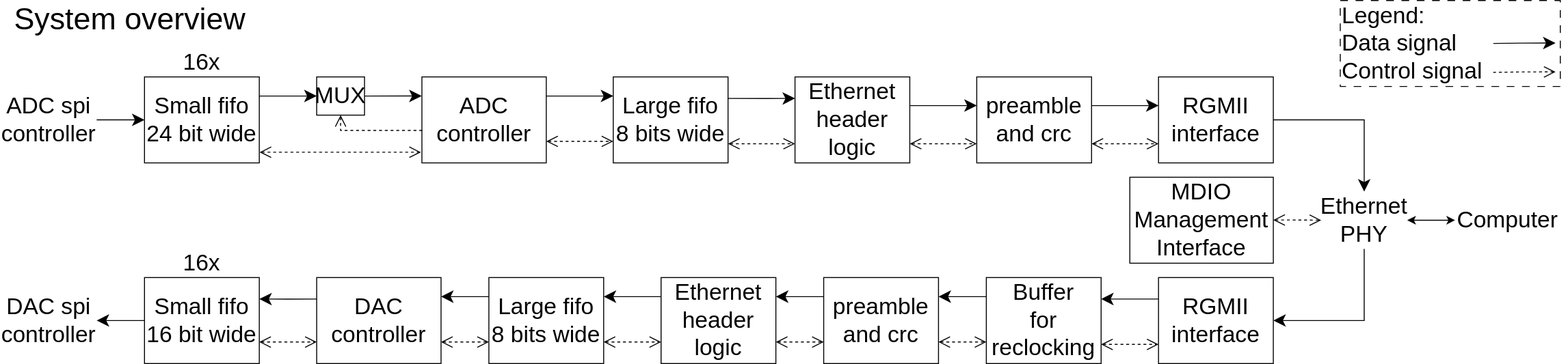
LOBSTER-Robotics/EE-Dev-BAP keeps this draw.io diagram as VHDL/BlockDiagrams/TOP_total.drawio.svg. Above is the earlier version. Source tidied: cells renumbered, new cells last; positions are measured from the earlier drawing's top-left corner, leaving out a move shared by most shapes.
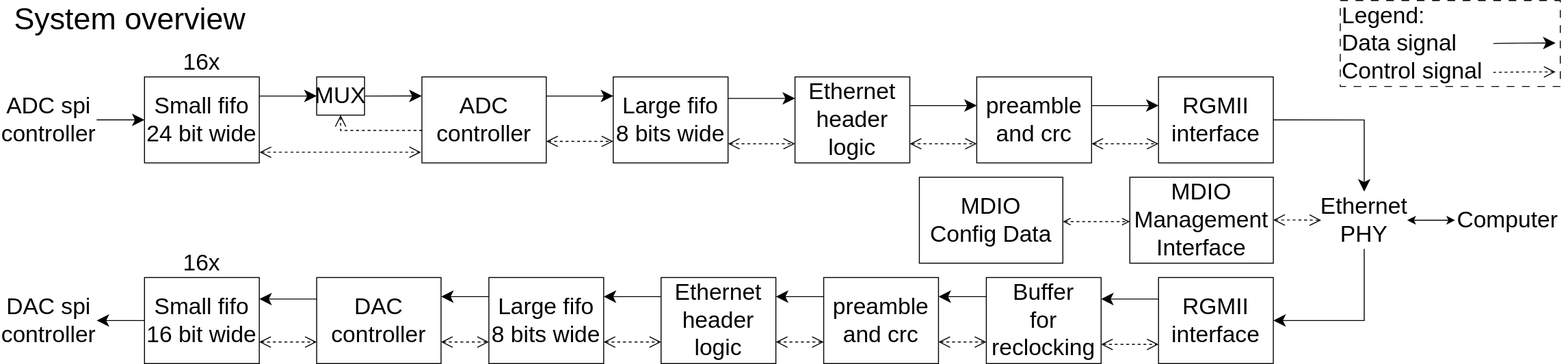
Above is the later version.

Commit message:
Large fifo full out of ADC controller and added drawio files

Change to the diagram source:
```diff
@@ -263,5 +263,14 @@
     <mxCell id="56" style="edgeStyle=orthogonalEdgeStyle;rounded=0;jettySize=auto;html=1;entryX=0;entryY=0.75;entryDx=0;entryDy=0;fontSize=24;startSize=10;endSize=10;startArrow=open;startFill=0;endArrow=open;endFill=0;dashed=1;exitX=1;exitY=0.75;exitDx=0;exitDy=0;" parent="1" edge="1" source="11" target="10">
       <mxGeometry relative="1" as="geometry" />
     </mxCell>
+    <mxCell id="57" style="edgeStyle=orthogonalEdgeStyle;rounded=0;orthogonalLoop=1;jettySize=auto;html=1;exitX=1;exitY=0.75;exitDx=0;exitDy=0;entryX=0;entryY=0.75;entryDx=0;entryDy=0;dashed=1;startArrow=open;startFill=0;endArrow=open;endFill=0;" parent="1" edge="1">
+      <mxGeometry relative="1" as="geometry">
+        <mxPoint x="1110" y="231.5" as="sourcePoint" />
+        <mxPoint x="1180" y="231.5" as="targetPoint" />
+      </mxGeometry>
+    </mxCell>
+    <mxCell id="58" value="&lt;font style=&quot;font-size: 24px;&quot;&gt;MDIO&lt;br&gt;Config Data&lt;br&gt;&lt;/font&gt;" style="rounded=0;whiteSpace=wrap;html=1;" parent="1" vertex="1">
+      <mxGeometry x="960" y="185" width="150" height="90" as="geometry" />
+    </mxCell>
   </root>
 </mxGraphModel>
```
